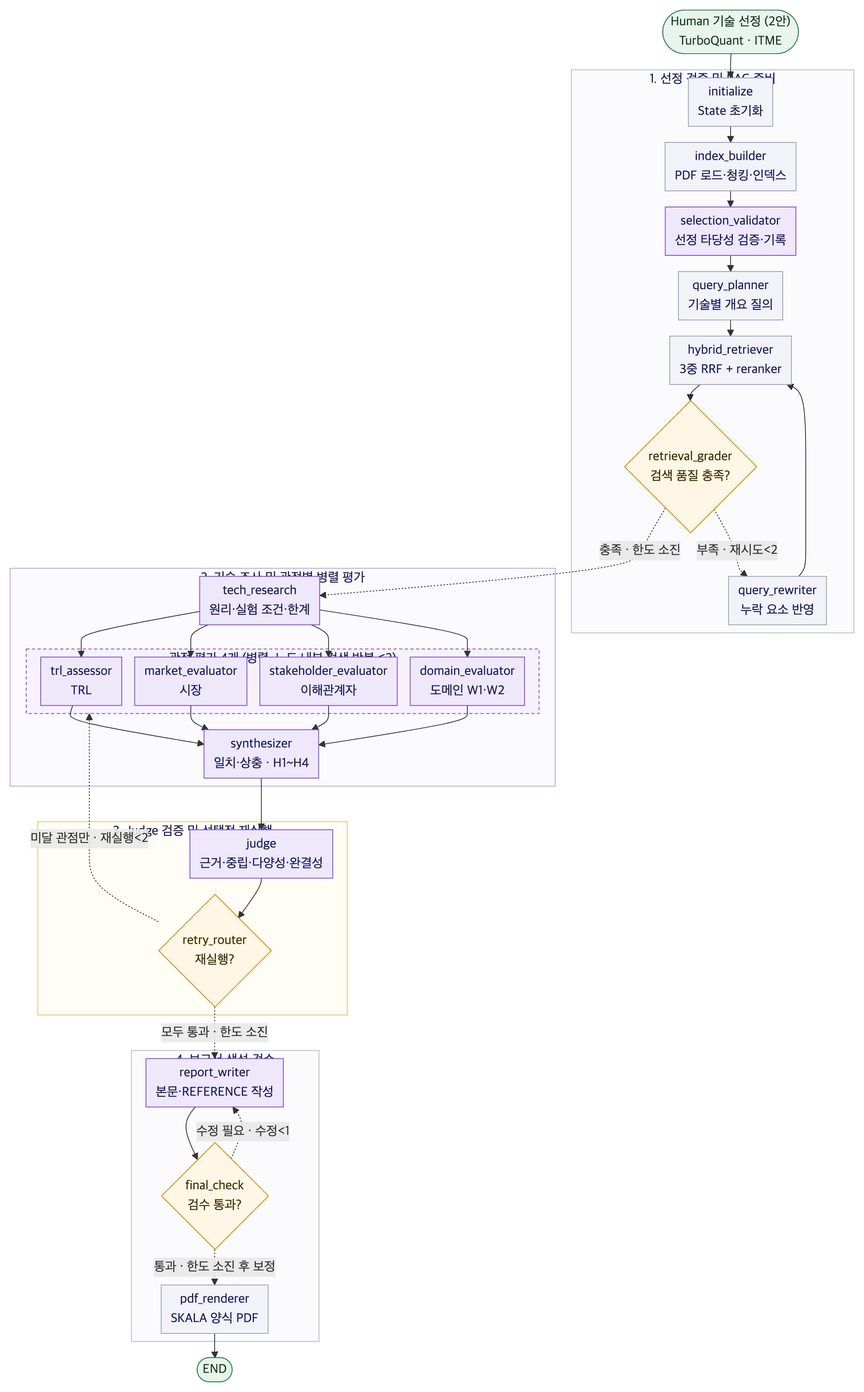
The Mermaid diagram docs/graph_overview.png in jinsu1011/skala-project-0921, before a commit. Its source is kept beside it as docs/graph_overview.mmd.
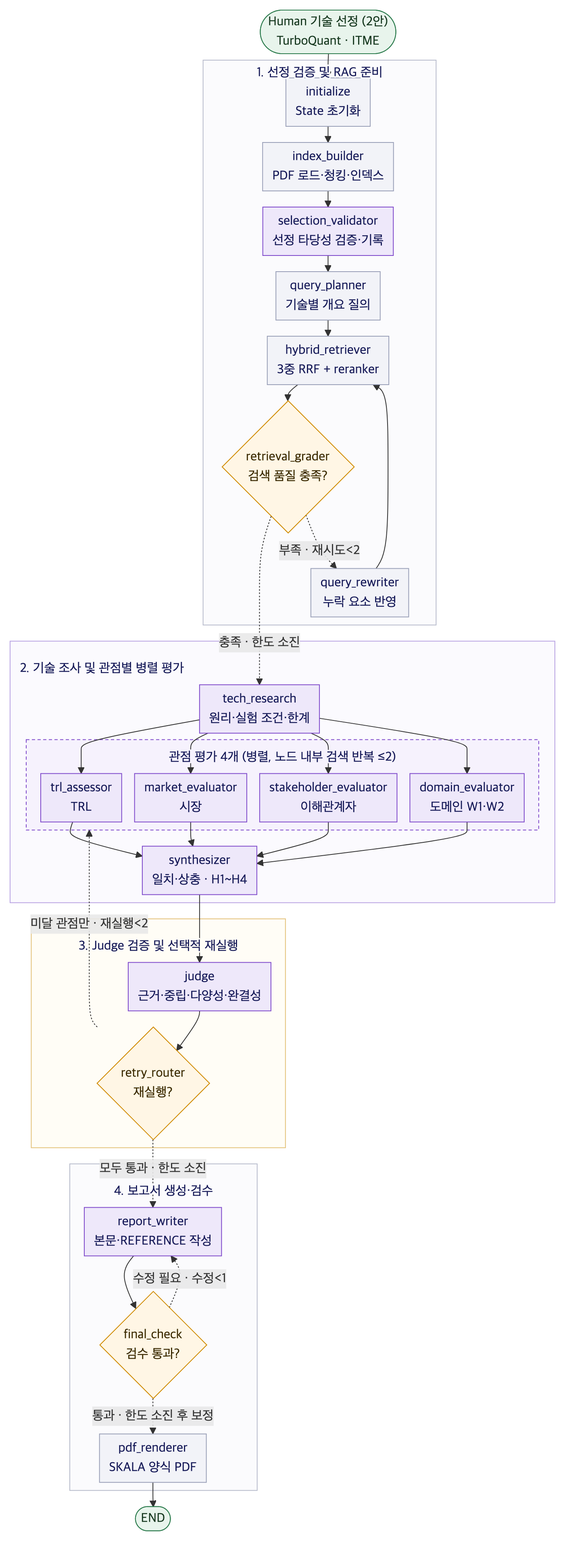
Later version of the same file.

Diff of the diagram source:
```diff
@@ -16,7 +16,7 @@
             SH["stakeholder_evaluator<br/>이해관계자"]
             DM["domain_evaluator<br/>도메인 W1·W2"]
         end
-        TR --> TRL & MK & SH & DM
+        TR ---> TRL & MK & SH & DM
         TRL & MK & SH & DM --> SY["synthesizer<br/>일치·상충 · H1~H4"]
     end
     subgraph S3["3. Judge 검증 및 선택적 재실행"]
@@ -27,12 +27,12 @@
         FC -.->|"수정 필요 · 수정<1"| RWR
         FC -.->|"통과 · 한도 소진 후 보정"| PDF["pdf_renderer<br/>SKALA 양식 PDF"]
     end
-    GR -.->|"충족 · 한도 소진"| TR
+    GR -...->|"충족 · 한도 소진"| TR
     GR -.->|"부족 · 재시도<2"| QRW
     QRW --> RET
-    SY --> JD
+    SY ---> JD
     RR -.->|"미달 관점만 · 재실행<2"| FAN
-    RR -.->|"모두 통과 · 한도 소진"| RWR
+    RR -..->|"모두 통과 · 한도 소진"| RWR
     PDF --> END(["END"])
     classDef agent fill:#EEE8FA,stroke:#7F4ACB,color:#161A58;
     classDef util fill:#F2F3F8,stroke:#9AA0B8,color:#161A58;
```
